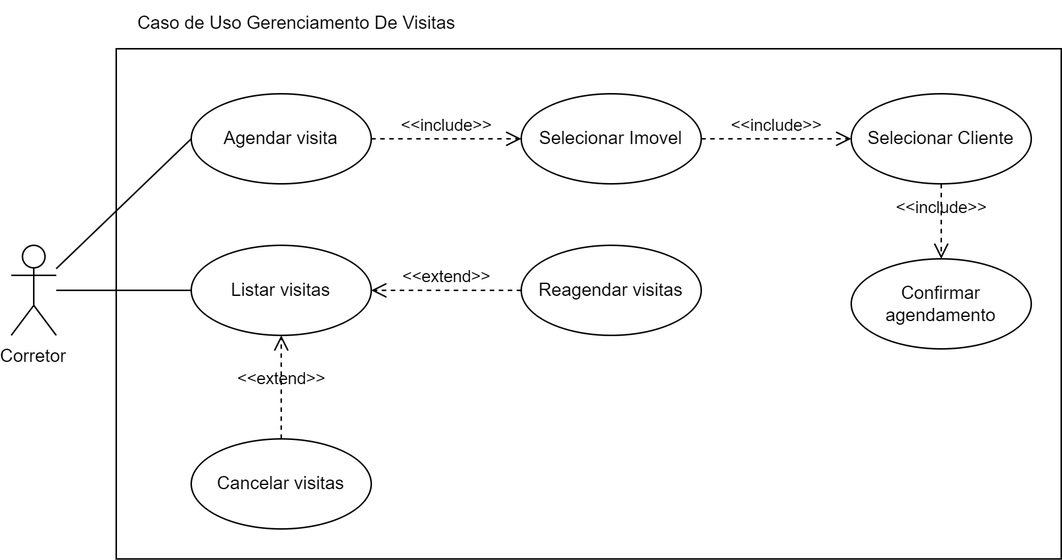
The draw.io diagram diagrams/casos_de_uso/png/uc_gerenciamento_visitas.drawio.png in israel-bsi/realtyhub, before a commit. Source tidied: cells renumbered, new cells last; positions are measured from the earlier drawing's top-left corner, leaving out a move shared by most shapes. The source it was exported from:
```xml
<mxGraphModel>
  <root>
    <mxCell id="0" />
    <mxCell id="1" parent="0" />
    <mxCell id="2" style="rounded=0;whiteSpace=wrap;html=1;" parent="1" vertex="1">
      <mxGeometry x="70" y="32" width="630" height="340" as="geometry" />
    </mxCell>
    <mxCell id="3" value="Corretor" style="shape=umlActor;verticalLabelPosition=bottom;verticalAlign=top;" parent="1" vertex="1">
      <mxGeometry y="163" width="30" height="60" as="geometry" />
    </mxCell>
    <mxCell id="4" value="Agendar visita" style="ellipse;whiteSpace=wrap;html=1;" parent="1" vertex="1">
      <mxGeometry x="120" y="62" width="120" height="60" as="geometry" />
    </mxCell>
    <mxCell id="5" value="Listar visitas" style="ellipse;whiteSpace=wrap;html=1;" parent="1" vertex="1">
      <mxGeometry x="120" y="163" width="120" height="60" as="geometry" />
    </mxCell>
    <mxCell id="6" value="Reagendar visitas" style="ellipse;whiteSpace=wrap;html=1;" parent="1" vertex="1">
      <mxGeometry x="340" y="163" width="120" height="60" as="geometry" />
    </mxCell>
    <mxCell id="7" value="Cancelar visitas" style="ellipse;whiteSpace=wrap;html=1;" parent="1" vertex="1">
      <mxGeometry x="120" y="292" width="120" height="60" as="geometry" />
    </mxCell>
    <mxCell id="8" style="endArrow=none;html=1;rounded=0;entryX=0;entryY=0.5;entryDx=0;entryDy=0;" parent="1" edge="1" source="3" target="4">
      <mxGeometry relative="1" as="geometry" />
    </mxCell>
    <mxCell id="9" style="endArrow=none;html=1;rounded=0;entryX=0;entryY=0.5;entryDx=0;entryDy=0;" parent="1" edge="1" source="3" target="5">
      <mxGeometry relative="1" as="geometry" />
    </mxCell>
    <mxCell id="10" value="Selecionar Imovel" style="ellipse;whiteSpace=wrap;html=1;" parent="1" vertex="1">
      <mxGeometry x="340" y="62" width="120" height="60" as="geometry" />
    </mxCell>
    <mxCell id="11" value="Selecionar Cliente" style="ellipse;whiteSpace=wrap;html=1;" parent="1" vertex="1">
      <mxGeometry x="560" y="62" width="120" height="60" as="geometry" />
    </mxCell>
    <mxCell id="12" value="Confirmar agendamento" style="ellipse;whiteSpace=wrap;html=1;" parent="1" vertex="1">
      <mxGeometry x="560" y="172" width="120" height="60" as="geometry" />
    </mxCell>
    <mxCell id="13" value="&amp;lt;&amp;lt;include&amp;gt;&amp;gt;" style="endArrow=open;startArrow=none;endFill=0;startFill=0;endSize=8;html=1;verticalAlign=bottom;dashed=1;labelBackgroundColor=none;rounded=0;exitX=1;exitY=0.5;exitDx=0;exitDy=0;entryX=0;entryY=0.5;entryDx=0;entryDy=0;" parent="1" edge="1" source="10" target="11">
      <mxGeometry relative="1" as="geometry" />
    </mxCell>
    <mxCell id="14" value="&amp;lt;&amp;lt;extend&amp;gt;&amp;gt;" style="endArrow=open;startArrow=none;endFill=0;startFill=0;endSize=8;html=1;verticalAlign=bottom;dashed=1;labelBackgroundColor=none;rounded=0;exitX=0;exitY=0.5;exitDx=0;exitDy=0;" parent="1" edge="1" source="6" target="5">
      <mxGeometry relative="1" as="geometry" />
    </mxCell>
    <mxCell id="15" value="&amp;lt;&amp;lt;include&amp;gt;&amp;gt;" style="endArrow=open;startArrow=none;endFill=0;startFill=0;endSize=8;html=1;verticalAlign=bottom;dashed=1;labelBackgroundColor=none;rounded=0;exitX=1;exitY=0.5;exitDx=0;exitDy=0;entryX=0;entryY=0.5;entryDx=0;entryDy=0;" parent="1" edge="1" source="4" target="10">
      <mxGeometry relative="1" as="geometry" />
    </mxCell>
    <mxCell id="16" value="&amp;lt;&amp;lt;include&amp;gt;&amp;gt;" style="endArrow=open;startArrow=none;endFill=0;startFill=0;endSize=8;html=1;verticalAlign=bottom;dashed=1;labelBackgroundColor=none;rounded=0;exitX=0.5;exitY=1;exitDx=0;exitDy=0;entryX=0.5;entryY=0;entryDx=0;entryDy=0;" parent="1" edge="1" source="11" target="12">
      <mxGeometry relative="1" as="geometry" />
    </mxCell>
    <mxCell id="17" value="&amp;lt;&amp;lt;extend&amp;gt;&amp;gt;" style="endArrow=open;startArrow=none;endFill=0;startFill=0;endSize=8;html=1;verticalAlign=bottom;dashed=1;labelBackgroundColor=none;rounded=0;entryX=0.5;entryY=1;entryDx=0;entryDy=0;exitX=0.5;exitY=0;exitDx=0;exitDy=0;" parent="1" edge="1" source="7" target="5">
      <mxGeometry x="-0.09" relative="1" as="geometry" />
    </mxCell>
    <mxCell id="18" value="Caso de Uso Gerenciamento De Visitas" style="text;html=1;align=center;verticalAlign=middle;strokeColor=none;fillColor=none;" parent="1" vertex="1">
      <mxGeometry x="70" width="240" height="30" as="geometry" />
    </mxCell>
  </root>
</mxGraphModel>
```
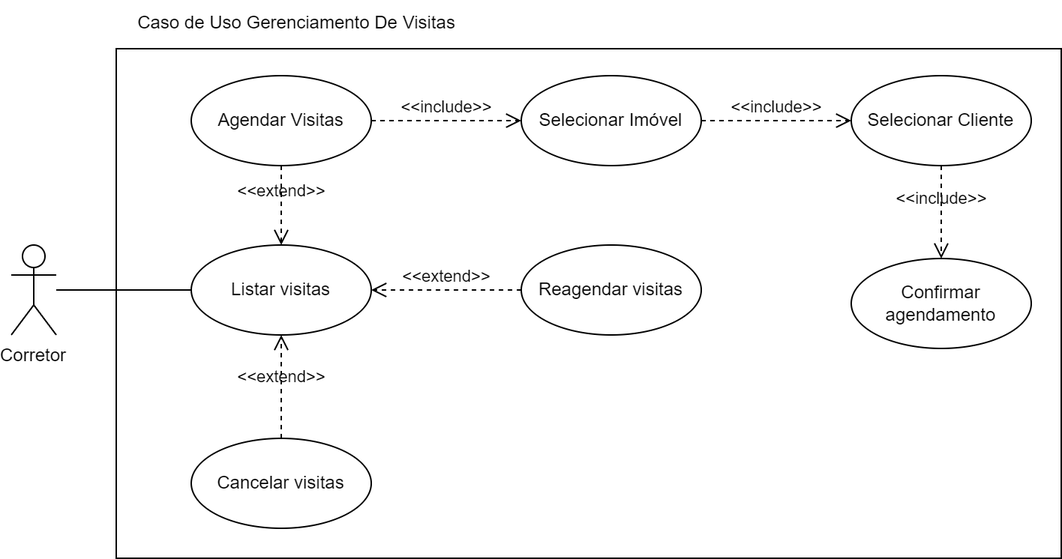
Later version of the same file.

What changed in the source:
```diff
@@ -2,15 +2,15 @@
   <root>
     <mxCell id="0" />
     <mxCell id="1" parent="0" />
-    <mxCell id="2" style="rounded=0;whiteSpace=wrap;html=1;" parent="1" vertex="1">
-      <mxGeometry x="70" y="32" width="630" height="340" as="geometry" />
-    </mxCell>
+    <mxCell id="19" style="rounded=0;whiteSpace=wrap;html=1;" parent="1" vertex="1">
+      <mxGeometry x="70" y="32" width="630" height="340" as="geometry" />
+    </mxCell>
     <mxCell id="3" value="Corretor" style="shape=umlActor;verticalLabelPosition=bottom;verticalAlign=top;" parent="1" vertex="1">
       <mxGeometry y="163" width="30" height="60" as="geometry" />
     </mxCell>
-    <mxCell id="4" value="Agendar visita" style="ellipse;whiteSpace=wrap;html=1;" parent="1" vertex="1">
-      <mxGeometry x="120" y="62" width="120" height="60" as="geometry" />
-    </mxCell>
+    <mxCell id="20" value="Agendar Visitas" style="ellipse;whiteSpace=wrap;html=1;" parent="1" vertex="1">
+      <mxGeometry x="120" y="50" width="120" height="60" as="geometry" />
+    </mxCell>
     <mxCell id="5" value="Listar visitas" style="ellipse;whiteSpace=wrap;html=1;" parent="1" vertex="1">
       <mxGeometry x="120" y="163" width="120" height="60" as="geometry" />
     </mxCell>
@@ -20,30 +20,27 @@
     <mxCell id="7" value="Cancelar visitas" style="ellipse;whiteSpace=wrap;html=1;" parent="1" vertex="1">
       <mxGeometry x="120" y="292" width="120" height="60" as="geometry" />
     </mxCell>
-    <mxCell id="8" style="endArrow=none;html=1;rounded=0;entryX=0;entryY=0.5;entryDx=0;entryDy=0;" parent="1" edge="1" source="3" target="4">
-      <mxGeometry relative="1" as="geometry" />
-    </mxCell>
     <mxCell id="9" style="endArrow=none;html=1;rounded=0;entryX=0;entryY=0.5;entryDx=0;entryDy=0;" parent="1" edge="1" source="3" target="5">
       <mxGeometry relative="1" as="geometry" />
     </mxCell>
-    <mxCell id="10" value="Selecionar Imovel" style="ellipse;whiteSpace=wrap;html=1;" parent="1" vertex="1">
-      <mxGeometry x="340" y="62" width="120" height="60" as="geometry" />
-    </mxCell>
+    <mxCell id="21" value="Selecionar Imóvel" style="ellipse;whiteSpace=wrap;html=1;" parent="1" vertex="1">
+      <mxGeometry x="340" y="50" width="120" height="60" as="geometry" />
+    </mxCell>
     <mxCell id="11" value="Selecionar Cliente" style="ellipse;whiteSpace=wrap;html=1;" parent="1" vertex="1">
-      <mxGeometry x="560" y="62" width="120" height="60" as="geometry" />
+      <mxGeometry x="560" y="50" width="120" height="60" as="geometry" />
     </mxCell>
     <mxCell id="12" value="Confirmar agendamento" style="ellipse;whiteSpace=wrap;html=1;" parent="1" vertex="1">
       <mxGeometry x="560" y="172" width="120" height="60" as="geometry" />
     </mxCell>
-    <mxCell id="13" value="&amp;lt;&amp;lt;include&amp;gt;&amp;gt;" style="endArrow=open;startArrow=none;endFill=0;startFill=0;endSize=8;html=1;verticalAlign=bottom;dashed=1;labelBackgroundColor=none;rounded=0;exitX=1;exitY=0.5;exitDx=0;exitDy=0;entryX=0;entryY=0.5;entryDx=0;entryDy=0;" parent="1" edge="1" source="10" target="11">
-      <mxGeometry relative="1" as="geometry" />
-    </mxCell>
+    <mxCell id="22" value="&amp;lt;&amp;lt;include&amp;gt;&amp;gt;" style="endArrow=open;startArrow=none;endFill=0;startFill=0;endSize=8;html=1;verticalAlign=bottom;dashed=1;labelBackgroundColor=none;rounded=0;exitX=1;exitY=0.5;exitDx=0;exitDy=0;entryX=0;entryY=0.5;entryDx=0;entryDy=0;" parent="1" edge="1" source="21" target="11">
+      <mxGeometry relative="1" as="geometry" />
+    </mxCell>
     <mxCell id="14" value="&amp;lt;&amp;lt;extend&amp;gt;&amp;gt;" style="endArrow=open;startArrow=none;endFill=0;startFill=0;endSize=8;html=1;verticalAlign=bottom;dashed=1;labelBackgroundColor=none;rounded=0;exitX=0;exitY=0.5;exitDx=0;exitDy=0;" parent="1" edge="1" source="6" target="5">
       <mxGeometry relative="1" as="geometry" />
     </mxCell>
-    <mxCell id="15" value="&amp;lt;&amp;lt;include&amp;gt;&amp;gt;" style="endArrow=open;startArrow=none;endFill=0;startFill=0;endSize=8;html=1;verticalAlign=bottom;dashed=1;labelBackgroundColor=none;rounded=0;exitX=1;exitY=0.5;exitDx=0;exitDy=0;entryX=0;entryY=0.5;entryDx=0;entryDy=0;" parent="1" edge="1" source="4" target="10">
-      <mxGeometry relative="1" as="geometry" />
-    </mxCell>
+    <mxCell id="23" value="&amp;lt;&amp;lt;include&amp;gt;&amp;gt;" style="endArrow=open;startArrow=none;endFill=0;startFill=0;endSize=8;html=1;verticalAlign=bottom;dashed=1;labelBackgroundColor=none;rounded=0;exitX=1;exitY=0.5;exitDx=0;exitDy=0;entryX=0;entryY=0.5;entryDx=0;entryDy=0;" parent="1" edge="1" source="20" target="21">
+      <mxGeometry relative="1" as="geometry" />
+    </mxCell>
     <mxCell id="16" value="&amp;lt;&amp;lt;include&amp;gt;&amp;gt;" style="endArrow=open;startArrow=none;endFill=0;startFill=0;endSize=8;html=1;verticalAlign=bottom;dashed=1;labelBackgroundColor=none;rounded=0;exitX=0.5;exitY=1;exitDx=0;exitDy=0;entryX=0.5;entryY=0;entryDx=0;entryDy=0;" parent="1" edge="1" source="11" target="12">
       <mxGeometry relative="1" as="geometry" />
     </mxCell>
@@ -53,5 +50,8 @@
     <mxCell id="18" value="Caso de Uso Gerenciamento De Visitas" style="text;html=1;align=center;verticalAlign=middle;strokeColor=none;fillColor=none;" parent="1" vertex="1">
       <mxGeometry x="70" width="240" height="30" as="geometry" />
     </mxCell>
+    <mxCell id="24" value="&amp;lt;&amp;lt;extend&amp;gt;&amp;gt;" style="endArrow=open;startArrow=none;endFill=0;startFill=0;endSize=8;html=1;verticalAlign=bottom;dashed=1;labelBackgroundColor=none;rounded=0;exitX=0.5;exitY=1;exitDx=0;exitDy=0;entryX=0.5;entryY=0;entryDx=0;entryDy=0;" parent="1" edge="1" source="20" target="5">
+      <mxGeometry relative="1" as="geometry" />
+    </mxCell>
   </root>
 </mxGraphModel>
```
